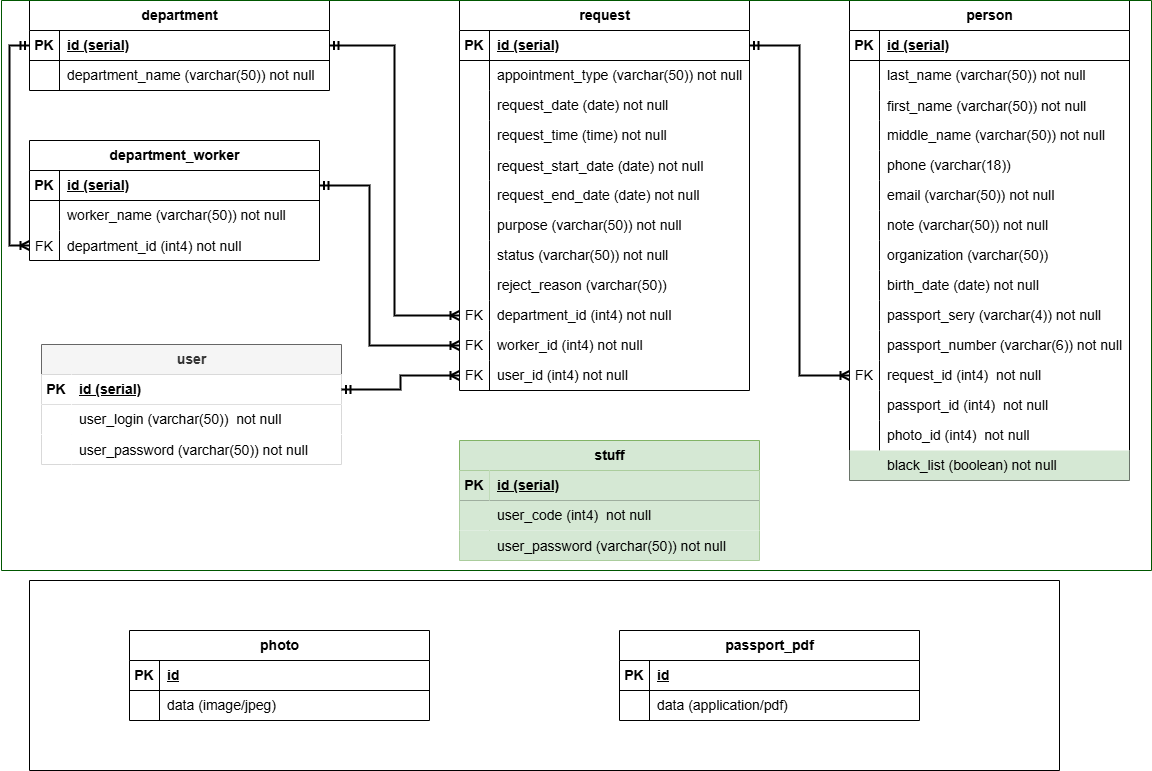
The draw.io diagram docs/er-sess2.drawio.png in Nathalie-mac/visitorRequestService, before a commit. Source tidied: cells renumbered, new cells last; positions are measured from the earlier drawing's top-left corner, leaving out a move shared by most shapes.
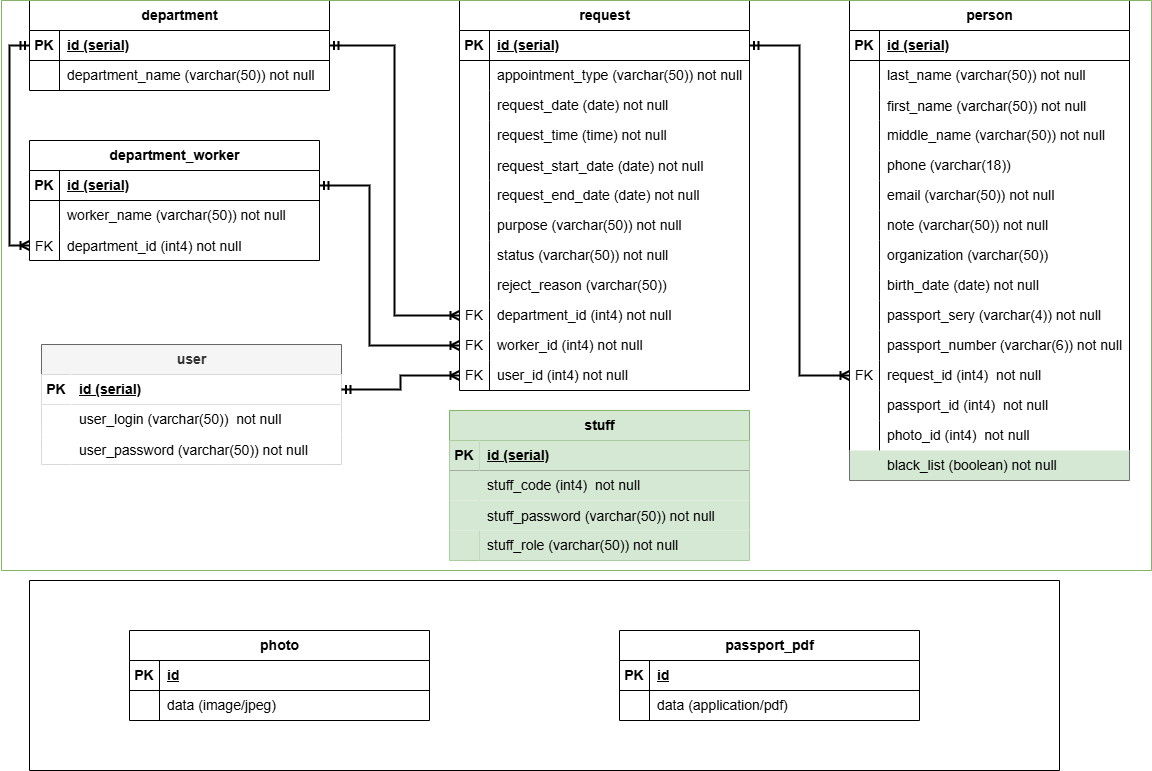
After the commit.

Change to the diagram source:
```diff
@@ -319,7 +319,7 @@
         </Array>
       </mxGeometry>
     </mxCell>
-    <mxCell id="106" style="swimlane;startSize=0;fontSize=14;fillColor=#008a00;fontColor=#ffffff;strokeColor=#005700;" parent="1" vertex="1">
+    <mxCell id="106" style="swimlane;startSize=0;fontSize=14;fillColor=#d5e8d4;strokeColor=#82b366;" parent="1" vertex="1">
       <mxGeometry width="1150" height="570" as="geometry" />
     </mxCell>
     <mxCell id="107" value="user" style="shape=table;startSize=30;rowLines=0;fontStyle=1;align=center;html=1;fontSize=14;fillColor=#f5f5f5;fontColor=#333333;strokeColor=#666666;" parent="106" vertex="1">
@@ -353,7 +353,7 @@
       <mxGeometry x="30" width="270" height="30" as="geometry" />
     </mxCell>
     <mxCell id="117" value="stuff" style="shape=table;startSize=30;rowLines=0;fontStyle=1;align=center;html=1;fontSize=14;fillColor=#d5e8d4;strokeColor=#82b366;" parent="106" vertex="1">
-      <mxGeometry x="458" y="440" width="300" height="120" as="geometry" />
+      <mxGeometry x="448" y="410" width="300" height="150" as="geometry" />
     </mxCell>
     <mxCell id="118" style="shape=tableRow;horizontal=0;startSize=0;swimlaneHead=0;swimlaneBody=0;fillColor=none;top=0;left=0;right=0;bottom=1;fontSize=14;" parent="117" vertex="1">
       <mxGeometry y="30" width="300" height="30" as="geometry" />
@@ -370,7 +370,7 @@
     <mxCell id="122" style="shape=partialRectangle;fillColor=none;top=0;left=0;bottom=0;right=0;overflow=hidden;whiteSpace=wrap;html=1;fontSize=14;" parent="121" vertex="1">
       <mxGeometry width="30" height="30" as="geometry" />
     </mxCell>
-    <mxCell id="123" value="user_code (int4)&amp;nbsp;&amp;nbsp;not null" style="shape=partialRectangle;fillColor=none;top=0;left=0;bottom=0;right=0;align=left;spacingLeft=6;overflow=hidden;whiteSpace=wrap;html=1;fontSize=14;" parent="121" vertex="1">
+    <mxCell id="123" value="stuff_code (int4)&amp;nbsp;&amp;nbsp;not null" style="shape=partialRectangle;fillColor=none;top=0;left=0;bottom=0;right=0;align=left;spacingLeft=6;overflow=hidden;whiteSpace=wrap;html=1;fontSize=14;" parent="121" vertex="1">
       <mxGeometry x="30" width="270" height="30" as="geometry" />
     </mxCell>
     <mxCell id="124" style="shape=tableRow;horizontal=0;startSize=0;swimlaneHead=0;swimlaneBody=0;fillColor=#d5e8d4;top=0;left=0;right=0;bottom=0;fontSize=14;strokeColor=#82b366;" parent="117" vertex="1">
@@ -379,9 +379,18 @@
     <mxCell id="125" style="shape=partialRectangle;fillColor=none;top=0;left=0;bottom=0;right=0;overflow=hidden;fontSize=14;" parent="124" vertex="1">
       <mxGeometry width="30" height="30" as="geometry" />
     </mxCell>
-    <mxCell id="126" value="user_password (varchar(50)) not null" style="shape=partialRectangle;fillColor=none;top=0;left=0;bottom=0;right=0;align=left;spacingLeft=6;overflow=hidden;fontSize=14;" parent="124" vertex="1">
+    <mxCell id="126" value="stuff_password (varchar(50)) not null" style="shape=partialRectangle;fillColor=none;top=0;left=0;bottom=0;right=0;align=left;spacingLeft=6;overflow=hidden;fontSize=14;" parent="124" vertex="1">
       <mxGeometry x="30" width="270" height="30" as="geometry" />
     </mxCell>
+    <mxCell id="143" style="shape=tableRow;horizontal=0;startSize=0;swimlaneHead=0;swimlaneBody=0;fillColor=none;top=0;left=0;right=0;bottom=0;fontSize=14;" parent="117" vertex="1">
+      <mxGeometry y="120" width="300" height="30" as="geometry" />
+    </mxCell>
+    <mxCell id="144" style="shape=partialRectangle;fillColor=#d5e8d4;top=0;left=0;bottom=0;right=0;fontStyle=0;overflow=hidden;whiteSpace=wrap;html=1;fontSize=14;strokeColor=#82b366;" parent="143" vertex="1">
+      <mxGeometry width="30" height="30" as="geometry" />
+    </mxCell>
+    <mxCell id="145" value="stuff_role (varchar(50)) not null" style="shape=partialRectangle;fillColor=#d5e8d4;top=0;left=0;bottom=0;right=0;align=left;spacingLeft=6;fontStyle=0;overflow=hidden;whiteSpace=wrap;html=1;fontSize=14;strokeColor=#82b366;" parent="143" vertex="1">
+      <mxGeometry x="30" width="270" height="30" as="geometry" />
+    </mxCell>
     <mxCell id="127" style="swimlane;startSize=0;fontSize=14;" parent="1" vertex="1">
       <mxGeometry x="28" y="580" width="1030" height="190" as="geometry" />
     </mxCell>
```
